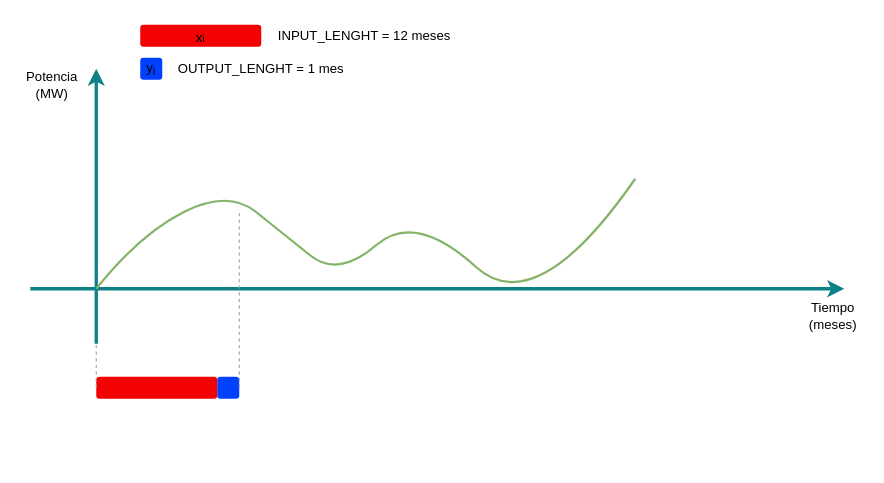
Earlier version of the draw.io diagram LSTM_Serie_1.drawio (williamm6891/Actividad_1). Source tidied: cells renumbered, new cells numbered last; positions are measured from the earlier drawing's top-left corner, leaving out a move shared by most shapes. Both pictures are drawn from the tidied source at 110%, with x=0, y=0 at pixel (19, 19).
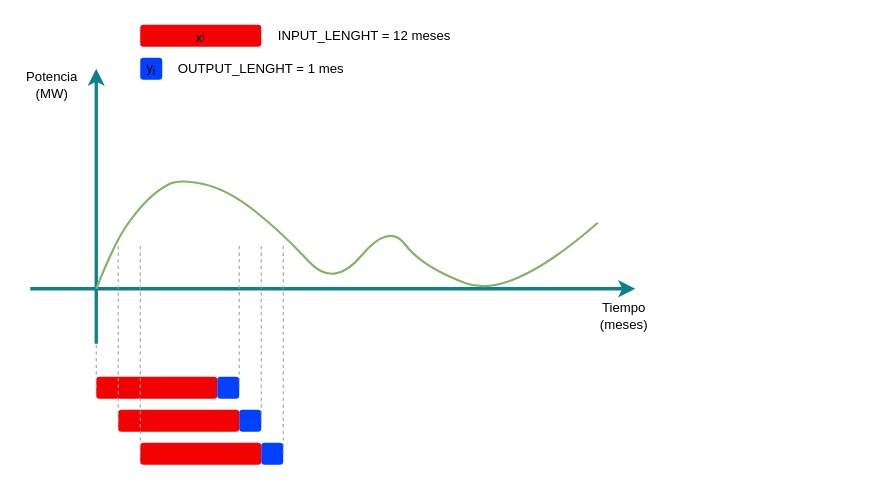
The same page after the edit.

Diff of the diagram source:
```diff
@@
     <mxCell id="3" style="endArrow=classic;html=1;rounded=0;strokeWidth=3;fillColor=#b0e3e6;strokeColor=#0e8088;" parent="1" edge="1">
       <mxGeometry relative="1" as="geometry">
         <mxPoint x="10" y="245" as="sourcePoint" />
-        <mxPoint x="750" y="245" as="targetPoint" />
+        <mxPoint x="560" y="245" as="targetPoint" />
       </mxGeometry>
     </mxCell>
     <mxCell id="4" style="curved=1;endArrow=none;html=1;rounded=0;strokeColor=#82b366;startFill=0;fillColor=#d5e8d4;strokeWidth=2;" parent="1" edge="1">
       <mxGeometry relative="1" as="geometry">
         <mxPoint x="70" y="245" as="sourcePoint" />
-        <mxPoint x="560" y="145" as="targetPoint" />
+        <mxPoint x="526" y="185" as="targetPoint" />
         <Array as="points">
-          <mxPoint x="110" y="195" />
+          <mxPoint x="86" y="205" />
+          <mxPoint x="106" y="175" />
+          <mxPoint x="126" y="155" />
+          <mxPoint x="146" y="145" />
           <mxPoint x="190" y="155" />
           <mxPoint x="240" y="195" />
-          <mxPoint x="290" y="235" />
-          <mxPoint x="360" y="175" />
-          <mxPoint x="470" y="275" />
+          <mxPoint x="286" y="245" />
+          <mxPoint x="336" y="185" />
+          <mxPoint x="366" y="225" />
+          <mxPoint x="446" y="255" />
         </Array>
       </mxGeometry>
     </mxCell>
@@
     <mxCell id="6" value="Tiempo&lt;br&gt;(meses)" style="text;html=1;align=center;verticalAlign=middle;whiteSpace=wrap;rounded=0;" parent="1" vertex="1">
-      <mxGeometry x="710" y="255" width="60" height="30" as="geometry" />
+      <mxGeometry x="520" y="255" width="60" height="30" as="geometry" />
     </mxCell>
@@
     <mxCell id="10" style="endArrow=none;dashed=1;html=1;strokeWidth=1;rounded=0;exitX=0;exitY=0.5;exitDx=0;exitDy=0;curved=1;fillColor=#f5f5f5;strokeColor=light-dark(#a1a1a1, #959595);gradientColor=#b3b3b3;" parent="1" edge="1">
       <mxGeometry relative="1" as="geometry">
         <mxPoint x="200" y="335" as="sourcePoint" />
-        <mxPoint x="200" y="175" as="targetPoint" />
+        <mxPoint x="200" y="205" as="targetPoint" />
       </mxGeometry>
     </mxCell>
@@
+    <mxCell id="15" style="rounded=1;whiteSpace=wrap;html=1;fillStyle=solid;fillColor=light-dark(#f20202, #ededed);strokeColor=none;" parent="1" vertex="1">
+      <mxGeometry x="90" y="355" width="110" height="20" as="geometry" />
+    </mxCell>
+    <mxCell id="16" style="rounded=1;whiteSpace=wrap;html=1;fillStyle=solid;fillColor=light-dark(#0040ff, #ededed);strokeColor=none;" parent="1" vertex="1">
+      <mxGeometry x="200" y="355" width="20" height="20" as="geometry" />
+    </mxCell>
+    <mxCell id="17" style="rounded=1;whiteSpace=wrap;html=1;fillStyle=solid;fillColor=light-dark(#f20202, #ededed);strokeColor=none;" parent="1" vertex="1">
+      <mxGeometry x="110" y="385" width="110" height="20" as="geometry" />
+    </mxCell>
+    <mxCell id="18" style="rounded=1;whiteSpace=wrap;html=1;fillStyle=solid;fillColor=light-dark(#0040ff, #ededed);strokeColor=none;" parent="1" vertex="1">
+      <mxGeometry x="220" y="385" width="20" height="20" as="geometry" />
+    </mxCell>
+    <mxCell id="19" style="endArrow=none;dashed=1;html=1;strokeWidth=1;rounded=0;exitX=0;exitY=0.5;exitDx=0;exitDy=0;curved=1;fillColor=#f5f5f5;strokeColor=light-dark(#a1a1a1, #959595);gradientColor=#b3b3b3;" parent="1" edge="1">
+      <mxGeometry relative="1" as="geometry">
+        <mxPoint x="220" y="365" as="sourcePoint" />
+        <mxPoint x="220" y="205" as="targetPoint" />
+      </mxGeometry>
+    </mxCell>
+    <mxCell id="20" style="endArrow=none;dashed=1;html=1;strokeWidth=1;rounded=0;exitX=0;exitY=0.5;exitDx=0;exitDy=0;curved=1;fillColor=#f5f5f5;strokeColor=light-dark(#a1a1a1, #959595);gradientColor=#b3b3b3;" parent="1" edge="1">
+      <mxGeometry relative="1" as="geometry">
+        <mxPoint x="240" y="395" as="sourcePoint" />
+        <mxPoint x="240" y="205" as="targetPoint" />
+      </mxGeometry>
+    </mxCell>
+    <mxCell id="21" style="endArrow=none;dashed=1;html=1;strokeWidth=1;rounded=0;exitX=0;exitY=0.5;exitDx=0;exitDy=0;curved=1;fillColor=#f5f5f5;strokeColor=light-dark(#a1a1a1, #959595);gradientColor=#b3b3b3;" parent="1" edge="1">
+      <mxGeometry relative="1" as="geometry">
+        <mxPoint x="90" y="365" as="sourcePoint" />
+        <mxPoint x="90" y="205" as="targetPoint" />
+      </mxGeometry>
+    </mxCell>
+    <mxCell id="22" style="endArrow=none;dashed=1;html=1;strokeWidth=1;rounded=0;exitX=0;exitY=0.5;exitDx=0;exitDy=0;curved=1;fillColor=#f5f5f5;strokeColor=light-dark(#a1a1a1, #959595);gradientColor=#b3b3b3;" parent="1" edge="1">
+      <mxGeometry relative="1" as="geometry">
+        <mxPoint x="110" y="395" as="sourcePoint" />
+        <mxPoint x="110" y="205" as="targetPoint" />
+      </mxGeometry>
+    </mxCell>
```
